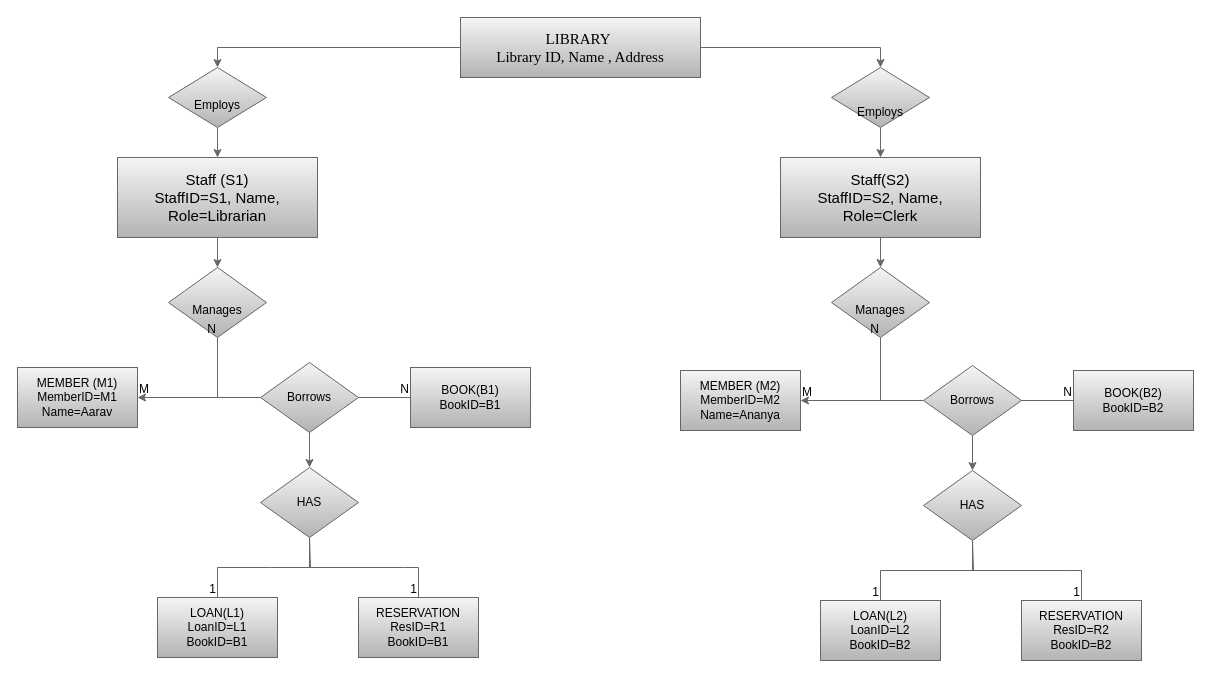
Earlier version of the draw.io diagram Lab-1/2501730243-ER.drawio (SuryaRao-19/DBMS_Sem-3). Source tidied: cells renumbered, new cells numbered last; positions are measured from the earlier drawing's top-left corner, leaving out a move shared by most shapes. Both pictures are drawn from the tidied source at 100%, with x=0, y=0 at pixel (17, 17).
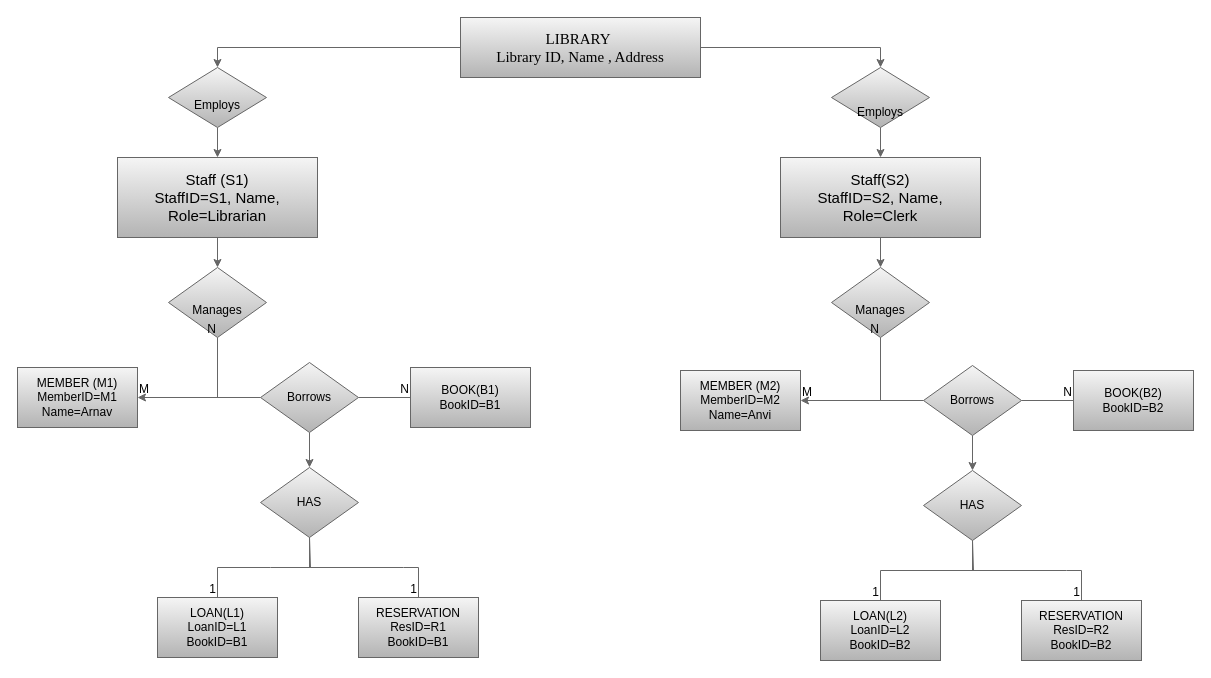
The same page after the edit.

Change to the diagram source:
```diff
@@
-    <mxCell id="9" value="MEMBER (M1)&lt;div&gt;MemberID=M1&lt;/div&gt;&lt;div&gt;Name=Aarav&lt;/div&gt;" style="rounded=0;whiteSpace=wrap;html=1;fillColor=#f5f5f5;strokeColor=#666666;gradientColor=#b3b3b3;" parent="1" vertex="1">
+    <mxCell id="9" value="MEMBER (M1)&lt;div&gt;MemberID=M1&lt;/div&gt;&lt;div&gt;Name=Arnav&lt;/div&gt;" style="rounded=0;whiteSpace=wrap;html=1;fillColor=#f5f5f5;strokeColor=#666666;gradientColor=#b3b3b3;" parent="1" vertex="1">
       <mxGeometry y="350" width="120" height="60" as="geometry" />
     </mxCell>
@@
-    <mxCell id="32" value="MEMBER (M2)&lt;div&gt;MemberID=M2&lt;/div&gt;&lt;div&gt;Name=Ananya&lt;/div&gt;" style="rounded=0;whiteSpace=wrap;html=1;fillColor=#f5f5f5;strokeColor=#666666;gradientColor=#b3b3b3;" parent="1" vertex="1">
+    <mxCell id="32" value="MEMBER (M2)&lt;div&gt;MemberID=M2&lt;/div&gt;&lt;div&gt;Name=Anvi&lt;/div&gt;" style="rounded=0;whiteSpace=wrap;html=1;fillColor=#f5f5f5;strokeColor=#666666;gradientColor=#b3b3b3;" parent="1" vertex="1">
       <mxGeometry x="663" y="353" width="120" height="60" as="geometry" />
     </mxCell>
```
